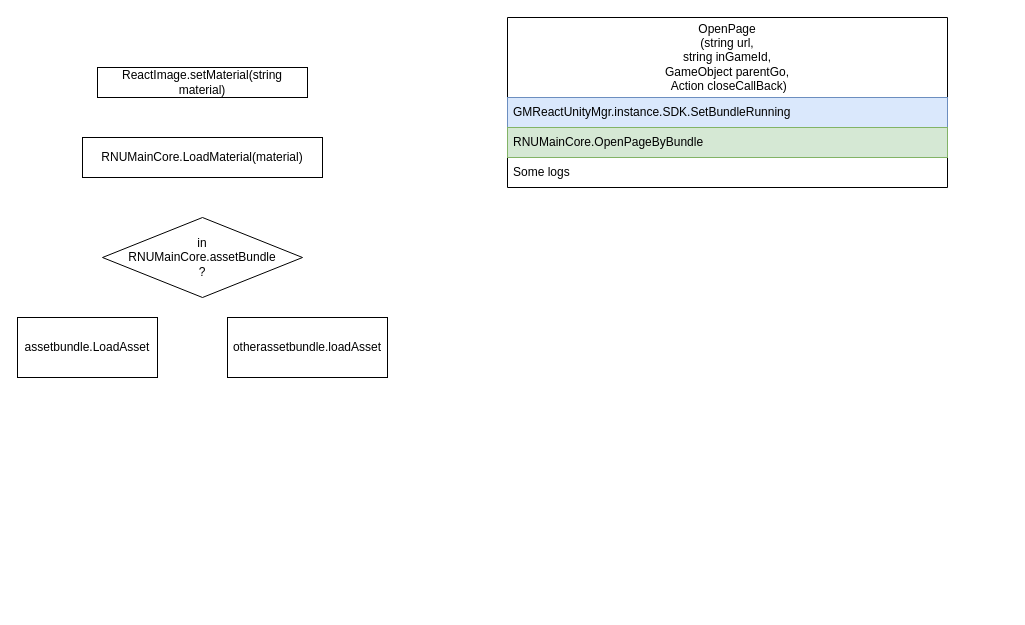
Above: ReactUnity.drawio in Owlcean/drawiorecord (draw.io), before the change. Source tidied: cells renumbered, new cells numbered last; positions are measured from the earlier drawing's top-left corner, leaving out a move shared by most shapes. Both pictures are drawn from the tidied source at 100%, with x=0, y=0 at pixel (17, 17).
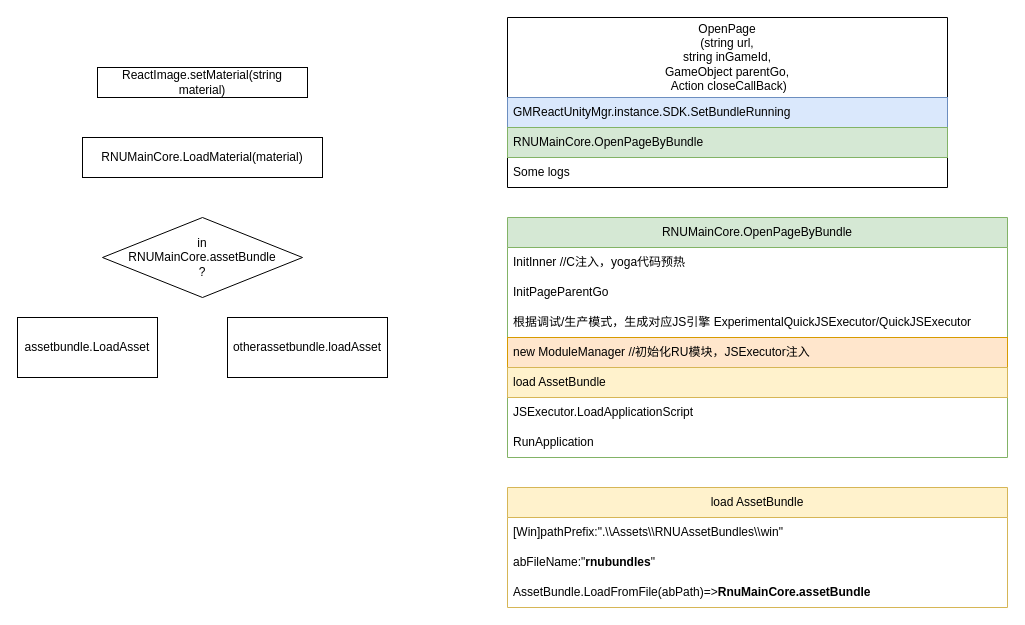
Above is the later version.

What changed in the source:
```diff
@@
+    <mxCell id="11" value="&lt;span style=&quot;text-align: left;&quot;&gt;RNUMainCore.OpenPageByBundle&lt;/span&gt;" style="swimlane;fontStyle=0;horizontal=1;startSize=30;whiteSpace=wrap;html=1;fillColor=#d5e8d4;strokeColor=#82b366;" parent="1" vertex="1">
+      <mxGeometry x="490" y="200" width="500" height="240" as="geometry" />
+    </mxCell>
+    <mxCell id="12" value="InitInner //C注入，yoga代码预热" style="text;align=left;verticalAlign=middle;spacingLeft=4;spacingRight=4;overflow=hidden;whiteSpace=wrap;html=1;" parent="11" vertex="1">
+      <mxGeometry y="30" width="500" height="30" as="geometry" />
+    </mxCell>
+    <mxCell id="13" value="InitPageParentGo" style="text;align=left;verticalAlign=middle;spacingLeft=4;spacingRight=4;overflow=hidden;whiteSpace=wrap;html=1;" parent="11" vertex="1">
+      <mxGeometry y="60" width="500" height="30" as="geometry" />
+    </mxCell>
+    <mxCell id="14" value="根据调试/生产模式，生成对应JS引擎&amp;nbsp;ExperimentalQuickJSExecutor/QuickJSExecutor &amp;nbsp;" style="text;strokeColor=none;fillColor=none;align=left;verticalAlign=middle;spacingLeft=4;spacingRight=4;overflow=hidden;whiteSpace=wrap;html=1;" parent="11" vertex="1">
+      <mxGeometry y="90" width="500" height="30" as="geometry" />
+    </mxCell>
+    <mxCell id="15" value="new ModuleManager //初始化RU模块，JSExecutor注入" style="text;strokeColor=#d79b00;fillColor=#ffe6cc;align=left;verticalAlign=middle;spacingLeft=4;spacingRight=4;overflow=hidden;whiteSpace=wrap;html=1;" parent="11" vertex="1">
+      <mxGeometry y="120" width="500" height="30" as="geometry" />
+    </mxCell>
+    <mxCell id="16" value="load AssetBundle" style="text;strokeColor=#d6b656;fillColor=#fff2cc;align=left;verticalAlign=middle;spacingLeft=4;spacingRight=4;overflow=hidden;whiteSpace=wrap;html=1;" parent="11" vertex="1">
+      <mxGeometry y="150" width="500" height="30" as="geometry" />
+    </mxCell>
+    <mxCell id="17" value="JSExecutor.LoadApplicationScript" style="text;align=left;verticalAlign=middle;spacingLeft=4;spacingRight=4;overflow=hidden;whiteSpace=wrap;html=1;" parent="11" vertex="1">
+      <mxGeometry y="180" width="500" height="30" as="geometry" />
+    </mxCell>
+    <mxCell id="18" value="RunApplication" style="text;align=left;verticalAlign=middle;spacingLeft=4;spacingRight=4;overflow=hidden;whiteSpace=wrap;html=1;" parent="11" vertex="1">
+      <mxGeometry y="210" width="500" height="30" as="geometry" />
+    </mxCell>
+    <mxCell id="19" value="&lt;span style=&quot;text-align: left;&quot;&gt;load AssetBundle&lt;/span&gt;" style="swimlane;fontStyle=0;horizontal=1;startSize=30;whiteSpace=wrap;html=1;fillColor=#fff2cc;strokeColor=#d6b656;" parent="1" vertex="1">
+      <mxGeometry x="490" y="470" width="500" height="120" as="geometry" />
+    </mxCell>
+    <mxCell id="20" value="[Win]pathPrefix:&quot;.\\Assets\\RNUAssetBundles\\win&quot;" style="text;align=left;verticalAlign=middle;spacingLeft=4;spacingRight=4;overflow=hidden;whiteSpace=wrap;html=1;" parent="19" vertex="1">
+      <mxGeometry y="30" width="500" height="30" as="geometry" />
+    </mxCell>
+    <mxCell id="21" value="abFileName:&quot;&lt;b&gt;rnubundles&lt;/b&gt;&quot;" style="text;align=left;verticalAlign=middle;spacingLeft=4;spacingRight=4;overflow=hidden;whiteSpace=wrap;html=1;" parent="19" vertex="1">
+      <mxGeometry y="60" width="500" height="30" as="geometry" />
+    </mxCell>
+    <mxCell id="22" value="AssetBundle.LoadFromFile(abPath)=&amp;gt;&lt;b&gt;RnuMainCore.assetBundle&lt;/b&gt;" style="text;strokeColor=none;fillColor=none;align=left;verticalAlign=middle;spacingLeft=4;spacingRight=4;overflow=hidden;whiteSpace=wrap;html=1;" parent="19" vertex="1">
+      <mxGeometry y="90" width="500" height="30" as="geometry" />
+    </mxCell>
```
